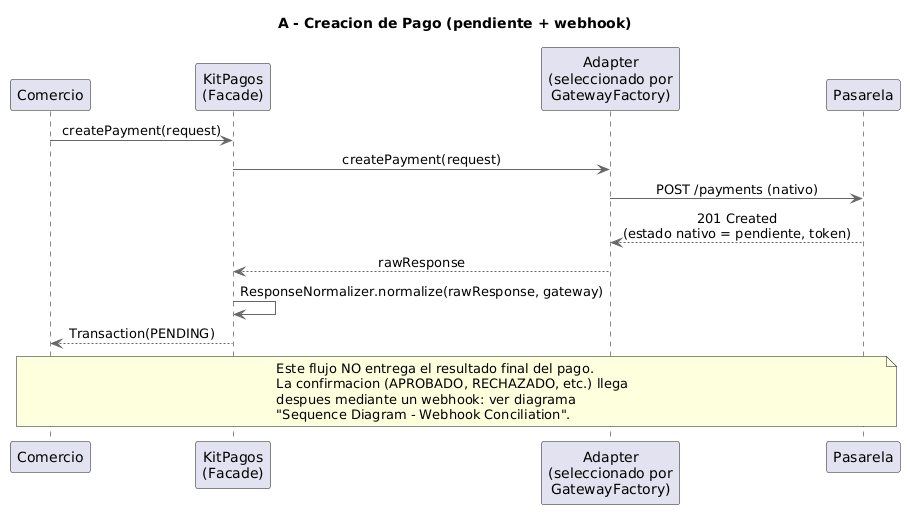
Earlier version of the PlantUML export docs/architecture/SDK/Sequence Diagram - Payment Creation.png (PurosBrothers/Kit-Pagos-Colombia---Tesis).
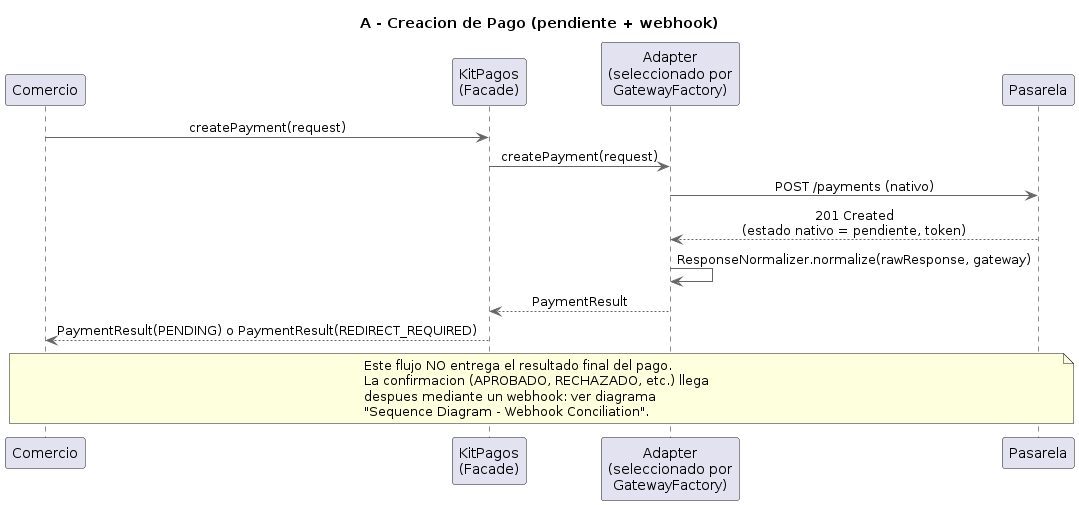
After the change.

The edit, as a diff of the source:
```diff
@@ -14,9 +14,9 @@
 Facade -> Adapter : createPayment(request)
 Adapter -> Pasarela : POST /payments (nativo)
 Pasarela --> Adapter : 201 Created\n(estado nativo = pendiente, token)
-Adapter --> Facade : rawResponse
-Facade -> Facade : ResponseNormalizer.normalize(rawResponse, gateway)
-Facade --> Comercio : Transaction(PENDING)
+Adapter -> Adapter : ResponseNormalizer.normalize(rawResponse, gateway)
+Adapter --> Facade : PaymentResult
+Facade --> Comercio : PaymentResult(PENDING) o PaymentResult(REDIRECT_REQUIRED)
 
 note over Comercio, Pasarela
   Este flujo NO entrega el resultado final del pago.
```
